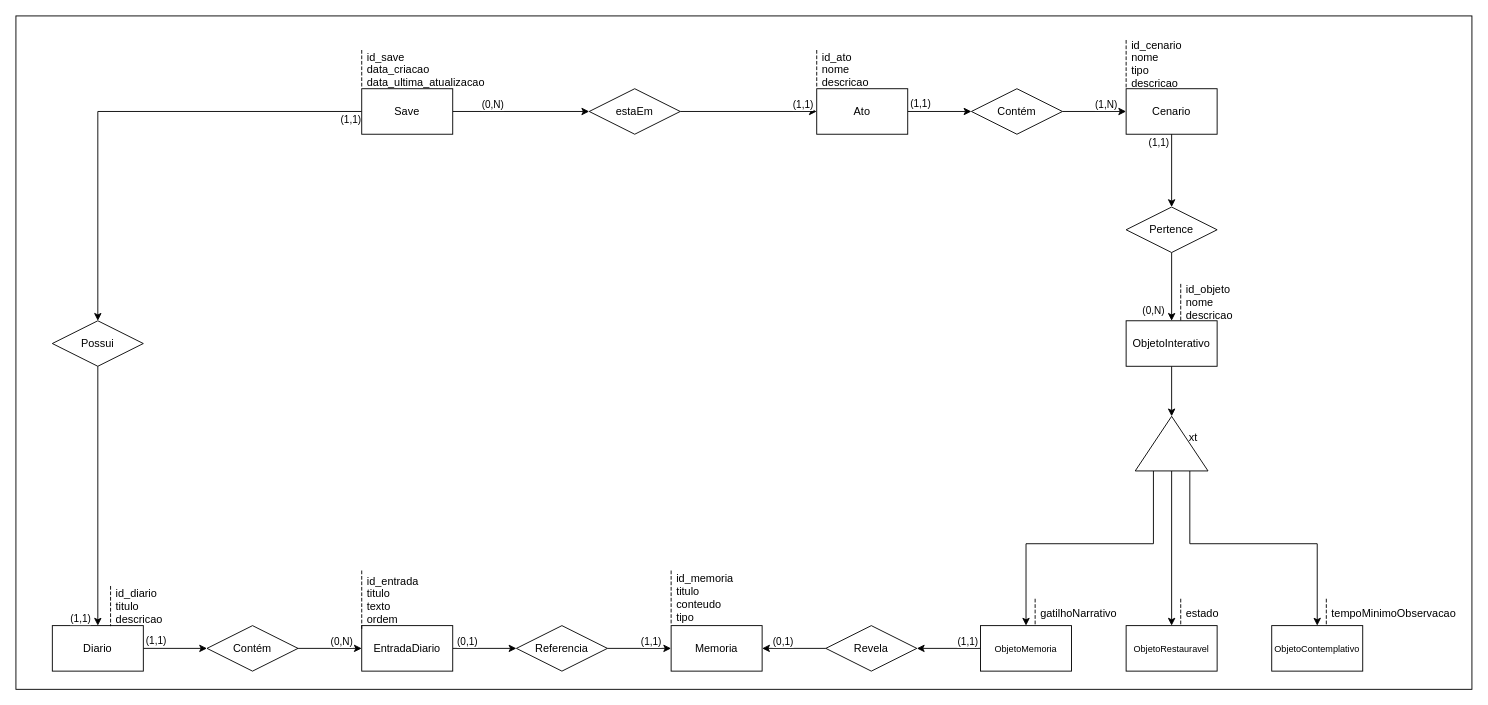
Before: docs/diagrama-entidade-relacionamento/diagrama-entidade-relacionamento.drawio in omatheusfaria/Ani, a draw.io diagram. Source tidied: cells renumbered, new cells numbered last; positions are measured from the earlier drawing's top-left corner, leaving out a move shared by most shapes. Both pictures are drawn from the tidied source at 91%, with x=0, y=0 at pixel (15, 15).
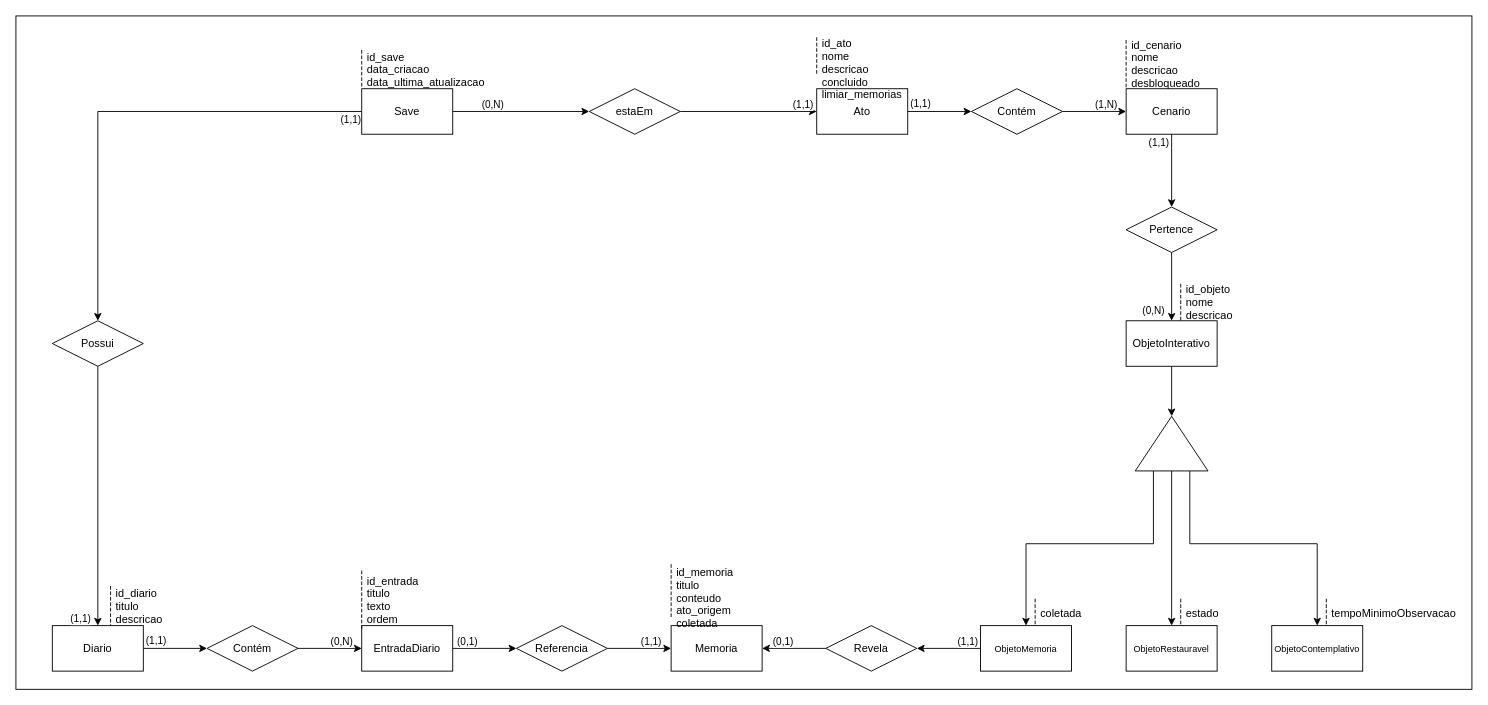
The same diagram, later.

Commit message (it also covers changes not shown here):
Atualiza os atributos do .drawio do DER conforme o der.md e fecha o item 57

What changed in the source:
```diff
@@
-    <mxCell id="42" value="xt" style="text;html=1;whiteSpace=wrap;strokeColor=none;fillColor=none;align=center;verticalAlign=middle;rounded=0;" parent="1" vertex="1">
-      <mxGeometry x="1264" y="449" width="60" height="30" as="geometry" />
-    </mxCell>
-    <mxCell id="43" value="id_memoria&#10;titulo&#10;conteudo&#10;tipo" style="shape=partialRectangle;fillColor=none;align=left;verticalAlign=middle;strokeColor=none;spacingLeft=34;" parent="1" vertex="1">
-      <mxGeometry x="690" y="610" width="90" height="58" as="geometry" />
+    <mxCell id="43" value="id_memoria&#10;titulo&#10;conteudo&#10;ato_origem&#10;coletada" style="shape=partialRectangle;fillColor=none;align=left;verticalAlign=middle;strokeColor=none;spacingLeft=34;" parent="1" vertex="1">
+      <mxGeometry x="690" y="603" width="90" height="72" as="geometry" />
     </mxCell>
@@
-    <mxCell id="45" value="id_ato&#10;nome&#10;descricao" style="shape=partialRectangle;fillColor=none;align=left;verticalAlign=middle;strokeColor=none;spacingLeft=34;" parent="1" vertex="1">
-      <mxGeometry x="850" y="38" width="90" height="41" as="geometry" />
+    <mxCell id="45" value="id_ato&#10;nome&#10;descricao&#10;concluido&#10;limiar_memorias" style="shape=partialRectangle;fillColor=none;align=left;verticalAlign=middle;strokeColor=none;spacingLeft=34;" parent="1" vertex="1">
+      <mxGeometry x="850" y="24" width="90" height="68" as="geometry" />
     </mxCell>
@@
-    <mxCell id="47" value="id_cenario&#10;nome&#10;tipo&#10;descricao" style="shape=partialRectangle;fillColor=none;align=left;verticalAlign=middle;strokeColor=none;spacingLeft=34;" parent="1" vertex="1">
+    <mxCell id="47" value="id_cenario&#10;nome&#10;descricao&#10;desbloqueado" style="shape=partialRectangle;fillColor=none;align=left;verticalAlign=middle;strokeColor=none;spacingLeft=34;" parent="1" vertex="1">
       <mxGeometry x="1190" y="27" width="90" height="51" as="geometry" />
     </mxCell>
@@
-    <mxCell id="53" value="gatilhoNarrativo" style="shape=partialRectangle;fillColor=none;align=left;verticalAlign=middle;strokeColor=none;spacingLeft=34;" parent="1" vertex="1">
+    <mxCell id="53" value="coletada" style="shape=partialRectangle;fillColor=none;align=left;verticalAlign=middle;strokeColor=none;spacingLeft=34;" parent="1" vertex="1">
       <mxGeometry x="1090" y="641" width="90" height="30" as="geometry" />
     </mxCell>
```
